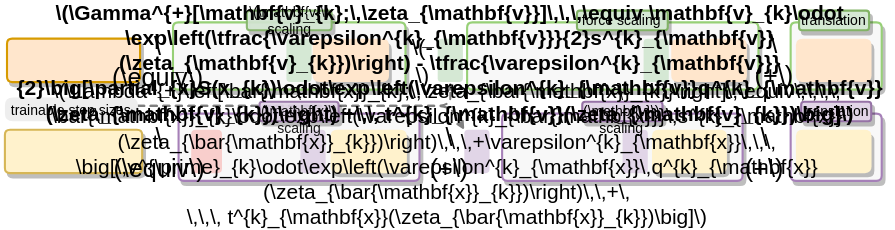
Above: docs/assets/drawio/network_functions-Page-1.drawio.svg in saforem2/l2hmc-dwq25 (draw.io), before the change. Source tidied: cells renumbered, new cells last; positions are measured from the earlier drawing's top-left corner, leaving out a move shared by most shapes. Source of this version:
```xml
<mxGraphModel math="1">
  <root>
    <mxCell id="0" />
    <mxCell id="1" parent="0" />
    <mxCell id="2" value="&lt;p style=&quot;line-height: 0% ; font-size: 14px&quot;&gt;&lt;br&gt;&lt;/p&gt;" style="rounded=1;whiteSpace=wrap;html=1;shadow=1;glass=0;labelBackgroundColor=none;comic=1;sketch=1;fontSize=14;strokeWidth=1.5;align=center;fontColor=#666666;jiggle=0;verticalAlign=top;arcSize=8;spacing=0;fontFamily=Arial;fillColor=#F8F8F8;sketchStyle=comic;fontStyle=0;disableMultiStroke=1;disableMultiStrokeFill=1;spacingTop=-5;strokeColor=#97D077;" parent="1" vertex="1">
      <mxGeometry x="563" y="8.4" width="65" height="48" as="geometry" />
    </mxCell>
    <mxCell id="3" style="rounded=1;whiteSpace=wrap;html=1;shadow=1;glass=0;labelBackgroundColor=none;comic=1;sketch=1;fontSize=14;strokeWidth=1.5;align=center;fontColor=#666666;jiggle=0;verticalAlign=top;arcSize=8;spacing=0;fontFamily=Arial;fillColor=#F8F8F8;sketchStyle=comic;fontStyle=0;disableMultiStroke=1;disableMultiStrokeFill=1;spacingTop=1;strokeColor=#97D077;" parent="1" vertex="1">
      <mxGeometry x="122" y="8.4" width="166" height="48" as="geometry" />
    </mxCell>
    <mxCell id="4" style="rounded=1;whiteSpace=wrap;html=1;shadow=1;glass=0;labelBackgroundColor=none;comic=1;sketch=1;fontSize=14;strokeWidth=1.5;align=center;fontColor=#666666;jiggle=0;verticalAlign=top;arcSize=8;spacing=0;fontFamily=Arial;fillColor=#F8F8F8;sketchStyle=comic;fontStyle=0;disableMultiStroke=1;disableMultiStrokeFill=1;spacingTop=1;strokeColor=#97D077;" parent="1" vertex="1">
      <mxGeometry x="332" y="8.4" width="208" height="48" as="geometry" />
    </mxCell>
    <mxCell id="5" style="rounded=1;whiteSpace=wrap;html=1;shadow=1;glass=0;labelBackgroundColor=none;comic=1;sketch=1;fontSize=14;strokeWidth=1.5;align=center;fontColor=#666666;jiggle=0;verticalAlign=bottom;strokeColor=#A680B8;arcSize=8;spacing=0;fontFamily=Arial;fillColor=#F8F8F8;sketchStyle=comic;fontStyle=0;disableMultiStroke=1;disableMultiStrokeFill=1;spacingTop=0;spacingBottom=5;" parent="1" vertex="1">
      <mxGeometry x="357" y="73.5" width="171.7" height="48" as="geometry" />
    </mxCell>
    <mxCell id="6" value="&lt;p style=&quot;line-height: 0% ; font-size: 14px&quot;&gt;&lt;br&gt;&lt;/p&gt;" style="rounded=1;whiteSpace=wrap;html=1;shadow=1;glass=0;labelBackgroundColor=none;comic=1;sketch=1;fontSize=14;strokeWidth=1.5;align=center;fontColor=#666666;jiggle=0;verticalAlign=bottom;strokeColor=#A680B8;arcSize=8;spacing=0;fontFamily=Arial;fillColor=#F8F8F8;sketchStyle=comic;fontStyle=0;disableMultiStroke=1;disableMultiStrokeFill=1;spacingTop=0;spacingBottom=-2;direction=south;" parent="1" vertex="1">
      <mxGeometry x="563" y="73.5" width="65" height="48" as="geometry" />
    </mxCell>
    <mxCell id="7" style="rounded=1;whiteSpace=wrap;html=1;shadow=1;glass=0;labelBackgroundColor=none;comic=1;sketch=1;fontSize=14;strokeWidth=1.5;align=center;fontColor=#666666;jiggle=0;verticalAlign=bottom;arcSize=8;spacing=0;fontFamily=Arial;fillColor=#F8F8F8;sketchStyle=comic;fontStyle=0;disableMultiStroke=1;disableMultiStrokeFill=1;spacingTop=0;spacingBottom=5;strokeColor=#A680B8;" parent="1" vertex="1">
      <mxGeometry x="126" y="73.5" width="172" height="48" as="geometry" />
    </mxCell>
    <mxCell id="8" style="edgeStyle=none;comic=1;sketch=1;jiggle=0;jumpStyle=none;jumpSize=0;html=1;shadow=0;sketchStyle=comic;fontFamily=Arial;fontSize=11;fontColor=#808080;endFill=1;startSize=3;endSize=3;strokeColor=#808080;strokeWidth=1.5;fillColor=#f8cecc;dashed=1;" parent="1" edge="1" target="22">
      <mxGeometry relative="1" as="geometry">
        <mxPoint x="97" y="68" as="sourcePoint" />
        <Array as="points">
          <mxPoint x="320" y="68" />
        </Array>
      </mxGeometry>
    </mxCell>
    <mxCell id="9" value="translation" style="rounded=1;whiteSpace=wrap;shadow=1;comic=1;fontFamily=Arial;fontSize=10;strokeWidth=1.5;fillColor=#d5e8d4;strokeColor=#82b366;fontColor=#000000;fontStyle=0;spacing=2;spacingBottom=0;align=center;jiggle=0;sketchStyle=comic;verticalAlign=middle;html=1;horizontal=1;" parent="1" vertex="1">
      <mxGeometry x="569" width="50" height="14" as="geometry" />
    </mxCell>
    <mxCell id="10" value="force scaling" style="rounded=1;whiteSpace=wrap;shadow=1;comic=1;fontFamily=Arial;fontSize=10;strokeWidth=1.5;fillColor=#d5e8d4;strokeColor=#82b366;fontColor=#000000;fontStyle=0;spacing=2;spacingBottom=0;align=center;jiggle=0;sketchStyle=comic;verticalAlign=middle;html=1;horizontal=1;" parent="1" vertex="1">
      <mxGeometry x="410.4" width="64.8" height="14" as="geometry" />
    </mxCell>
    <mxCell id="11" value="\(\mathbf{v}\) scaling" style="rounded=1;whiteSpace=wrap;shadow=1;comic=1;fontFamily=Arial;fontSize=10;strokeWidth=1.5;fillColor=#d5e8d4;strokeColor=#82b366;fontColor=#000000;fontStyle=0;spacing=2;spacingBottom=0;align=center;jiggle=0;sketchStyle=comic;verticalAlign=middle;html=1;horizontal=1;opacity=90;" parent="1" vertex="1">
      <mxGeometry x="174.8" width="60.5" height="14" as="geometry" />
    </mxCell>
    <mxCell id="12" style="rounded=1;whiteSpace=wrap;html=1;shadow=1;comic=1;fontFamily=Arial;fontSize=16;strokeWidth=1;fillColor=#fff2cc;strokeColor=none;fontColor=#1c1c1c;sketch=1;sketchStyle=comic;jiggle=0;disableMultiStroke=1;disableMultiStrokeFill=1;" parent="1" vertex="1">
      <mxGeometry x="566.7" y="85" width="54" height="31" as="geometry" />
    </mxCell>
    <mxCell id="13" style="rounded=1;whiteSpace=wrap;html=1;shadow=1;comic=1;fontFamily=Arial;fontSize=16;strokeWidth=1;fillColor=#fff2cc;strokeColor=none;fontColor=#1c1c1c;sketch=1;sketchStyle=comic;jiggle=0;disableMultiStroke=1;disableMultiStrokeFill=1;" parent="1" vertex="1">
      <mxGeometry x="464" y="85" width="53.5" height="31" as="geometry" />
    </mxCell>
    <mxCell id="14" style="rounded=1;whiteSpace=wrap;html=1;shadow=0;comic=1;fontFamily=Arial;fontSize=16;strokeWidth=1;fillColor=#e1d5e7;sketch=1;sketchStyle=comic;jiggle=0;disableMultiStroke=1;disableMultiStrokeFill=1;fontColor=#000000;strokeColor=none;fillStyle=hachure;" parent="1" vertex="1">
      <mxGeometry x="443" y="85" width="18" height="31" as="geometry" />
    </mxCell>
    <mxCell id="15" style="rounded=1;whiteSpace=wrap;html=1;shadow=0;comic=1;fontFamily=Arial;fontSize=16;strokeWidth=1;fillColor=#e1d5e7;sketch=1;sketchStyle=comic;jiggle=0;disableMultiStroke=1;disableMultiStrokeFill=1;fontColor=#000000;strokeColor=none;fillStyle=hachure;" parent="1" vertex="1">
      <mxGeometry x="330" y="85" width="18" height="31" as="geometry" />
    </mxCell>
    <mxCell id="16" style="html=1;rounded=1;shadow=1;glass=0;labelBackgroundColor=none;comic=1;sketch=1;fontSize=14;strokeColor=#d6b656;strokeWidth=1.5;fillColor=#fff2cc;align=center;jiggle=0;verticalAlign=middle;horizontal=1;arcSize=12;absoluteArcSize=0;spacingBottom=0;spacing=0;labelPadding=4;fontFamily=Arial;sketchStyle=comic;fontColor=#1c1c1c;fontStyle=0;whiteSpace=wrap;spacingTop=0;" parent="1" vertex="1">
      <mxGeometry x="2" y="85" width="98" height="31" as="geometry" />
    </mxCell>
    <mxCell id="17" style="rounded=1;whiteSpace=wrap;html=1;shadow=1;comic=1;fontFamily=Arial;fontSize=16;strokeWidth=1;sketch=1;sketchStyle=comic;jiggle=0;disableMultiStroke=1;disableMultiStrokeFill=1;strokeColor=none;fontColor=#1c1c1c;fillColor=#fff2cc;" parent="1" vertex="1">
      <mxGeometry x="234.5" y="85" width="54.5" height="31" as="geometry" />
    </mxCell>
    <mxCell id="18" style="whiteSpace=wrap;html=1;rounded=1;shadow=0;comic=1;sketch=1;sketchStyle=comic;fontFamily=Arial;fontSize=16;strokeColor=none;strokeWidth=1;fillColor=#f8cecc;verticalAlign=middle;spacing=0;jiggle=0;disableMultiStroke=1;disableMultiStrokeFill=1;fontStyle=1;" parent="1" vertex="1">
      <mxGeometry x="135" y="85" width="22" height="31" as="geometry" />
    </mxCell>
    <mxCell id="19" style="rounded=1;whiteSpace=wrap;html=1;shadow=0;comic=1;fontFamily=Arial;fontSize=16;strokeWidth=1;fillColor=#e1d5e7;sketch=1;sketchStyle=comic;jiggle=0;disableMultiStroke=1;disableMultiStrokeFill=1;fontColor=#000000;strokeColor=none;fillStyle=hachure;" parent="1" vertex="1">
      <mxGeometry x="213" y="85" width="18" height="31" as="geometry" />
    </mxCell>
    <mxCell id="20" style="edgeStyle=none;comic=1;sketch=1;jiggle=0;jumpStyle=none;jumpSize=0;html=1;shadow=0;sketchStyle=comic;fontFamily=Arial;fontSize=14;fontColor=#808080;endFill=1;startSize=3;endSize=3;strokeColor=#808080;strokeWidth=1.5;fillColor=#f8cecc;dashed=1;" parent="1" edge="1" target="15">
      <mxGeometry relative="1" as="geometry">
        <mxPoint x="97" y="68" as="sourcePoint" />
        <Array as="points">
          <mxPoint x="320" y="68" />
        </Array>
      </mxGeometry>
    </mxCell>
    <mxCell id="21" style="rounded=1;html=1;shadow=1;comic=1;sketch=0;jiggle=0;fontFamily=Arial;fontSize=14;strokeWidth=1.5;align=center;verticalAlign=middle;fillColor=#ffe6cc;strokeColor=#d79b00;fontColor=#000000;spacingBottom=0;spacingTop=0;arcSize=12;" parent="1" vertex="1">
      <mxGeometry x="3.5" y="20" width="95" height="31" as="geometry" />
    </mxCell>
    <mxCell id="22" style="rounded=1;whiteSpace=wrap;html=1;shadow=0;comic=1;fontFamily=Arial;fontSize=16;strokeWidth=1;fillColor=#d5e8d4;sketch=1;sketchStyle=comic;jiggle=0;disableMultiStroke=1;disableMultiStrokeFill=1;fontColor=#000000;strokeColor=none;fillStyle=hachure;" parent="1" vertex="1">
      <mxGeometry x="311" y="20" width="18" height="31" as="geometry" />
    </mxCell>
    <mxCell id="23" style="rounded=1;whiteSpace=wrap;html=1;shadow=1;comic=1;fontFamily=Arial;fontSize=16;strokeWidth=1;fillColor=#ffe6cc;strokeColor=none;fontColor=#000000;sketch=1;sketchStyle=comic;jiggle=0;disableMultiStroke=1;disableMultiStrokeFill=1;" parent="1" vertex="1">
      <mxGeometry x="566.8" y="20" width="54" height="31" as="geometry" />
    </mxCell>
    <mxCell id="24" style="rounded=1;whiteSpace=wrap;html=1;shadow=1;comic=1;fontFamily=Arial;fontSize=16;strokeWidth=1;fillColor=#ffe6cc;strokeColor=none;fontColor=#000000;sketch=1;sketchStyle=comic;jiggle=0;disableMultiStroke=1;disableMultiStrokeFill=1;" parent="1" vertex="1">
      <mxGeometry x="221.8" y="20" width="54.5" height="31" as="geometry" />
    </mxCell>
    <mxCell id="25" style="rounded=1;whiteSpace=wrap;html=1;shadow=0;comic=1;fontFamily=Arial;fontSize=16;strokeWidth=1;fillColor=#d5e8d4;sketch=1;sketchStyle=comic;jiggle=0;disableMultiStroke=1;disableMultiStrokeFill=1;fontColor=#000000;strokeColor=none;fillStyle=hachure;" parent="1" vertex="1">
      <mxGeometry x="203" y="20" width="18" height="31" as="geometry" />
    </mxCell>
    <mxCell id="26" style="rounded=1;whiteSpace=wrap;html=1;shadow=1;comic=1;fontFamily=Arial;fontSize=16;strokeWidth=1;fillColor=#ffe6cc;strokeColor=none;fontColor=#000000;sketch=1;sketchStyle=comic;jiggle=0;disableMultiStroke=1;disableMultiStrokeFill=1;" parent="1" vertex="1">
      <mxGeometry x="477.8" y="20" width="54" height="31" as="geometry" />
    </mxCell>
    <mxCell id="27" style="rounded=1;whiteSpace=wrap;html=1;shadow=0;comic=1;fontFamily=Arial;fontSize=16;strokeWidth=1;fillColor=#d5e8d4;strokeColor=none;sketch=1;sketchStyle=comic;jiggle=0;disableMultiStroke=1;disableMultiStrokeFill=1;fontColor=#000000;fillStyle=hachure;" parent="1" vertex="1">
      <mxGeometry x="458" y="20" width="18" height="31" as="geometry" />
    </mxCell>
    <mxCell id="28" value="\(\mathbf{x}\) scaling" style="rounded=1;whiteSpace=wrap;shadow=1;comic=1;fontFamily=Arial;fontSize=10;strokeWidth=1.5;fillColor=#e1d5e7;strokeColor=#9673a6;fontColor=#000000;fontStyle=0;spacing=2;spacingBottom=0;align=center;jiggle=0;sketchStyle=comic;verticalAlign=middle;html=1;horizontal=1;textOpacity=90;opacity=90;" parent="1" vertex="1">
      <mxGeometry x="183.8" y="65" width="56.5" height="14" as="geometry" />
    </mxCell>
    <mxCell id="29" value="trainable step sizes" style="rounded=1;html=1;shadow=0;comic=1;sketch=0;jiggle=0;sketchStyle=comic;fontFamily=Arial;fontSize=10;strokeWidth=2;align=center;verticalAlign=middle;fillColor=#eeeeee;strokeColor=none;fontStyle=0;fontColor=#000000;spacing=2;spacingBottom=0;arcSize=34;whiteSpace=wrap;horizontal=1;" parent="1" vertex="1">
      <mxGeometry x="2" y="62" width="95" height="17" as="geometry" />
    </mxCell>
    <mxCell id="30" value="translation" style="rounded=1;whiteSpace=wrap;shadow=1;comic=1;fontFamily=Arial;fontSize=10;strokeWidth=1.5;fillColor=#e1d5e7;strokeColor=#9673a6;fontColor=#000000;fontStyle=0;spacing=2;spacingBottom=0;align=center;jiggle=0;sketchStyle=comic;verticalAlign=middle;html=1;horizontal=1;" parent="1" vertex="1">
      <mxGeometry x="570.5" y="65" width="50" height="14" as="geometry" />
    </mxCell>
    <mxCell id="31" value="\(\mathbf{v}\) scaling" style="rounded=1;whiteSpace=wrap;shadow=1;comic=1;fontFamily=Arial;fontSize=10;strokeWidth=1.5;fillColor=#e1d5e7;strokeColor=#9673a6;fontColor=#000000;fontStyle=0;spacing=2;spacingBottom=0;align=center;jiggle=0;sketchStyle=comic;verticalAlign=middle;html=1;horizontal=1;" parent="1" vertex="1">
      <mxGeometry x="414.2" y="65" width="57.3" height="14" as="geometry" />
    </mxCell>
    <mxCell id="32" value="&lt;span style=&quot;font-size: 15px;&quot;&gt;\(\Gamma^{+}[\mathbf{v}_{k};\,\zeta_{\mathbf{v}}]\,\,\,\equiv \mathbf{v}_{k}\odot \exp\left(\tfrac{\varepsilon^{k}_{\mathbf{v}}}{2}s^{k}_{\mathbf{v}}(\zeta_{\mathbf{v}_{k}})\right) - \tfrac{\varepsilon^{k}_{\mathbf{v}}}{2}\big[\partial_{x}S(x_{k})\odot\exp\left(\varepsilon^{k}_{\mathbf{v}}q^{k}_{\mathbf{v}}(\zeta_{\mathbf{v}_{k}})\right) +\,\, t^{k}_{\mathbf{v}}(\zeta_{\mathbf{v}_{k}})\big]\)&lt;/span&gt;" style="rounded=1;whiteSpace=wrap;html=1;shadow=0;comic=1;fontFamily=Arial;fontSize=15;strokeWidth=2;fillColor=none;strokeColor=none;fontStyle=1;sketch=1;sketchStyle=comic;jiggle=0;disableMultiStroke=1;disableMultiStrokeFill=1;spacing=0;fontColor=#000000;" parent="1" vertex="1">
      <mxGeometry x="3" y="20.9" width="634" height="33" as="geometry" />
    </mxCell>
    <mxCell id="33" value="\(\Lambda^{+}\left[\bar{\mathbf{x}}_{k};\,\zeta_{\bar{\mathbf{x}}_{k}}\right]\,\equiv\,\,\,\, \bar{\mathbf{x}}_{k}\odot\exp\left(\varepsilon^{k}_{\bar{\mathbf{x}}}\,s^{k}_{\mathbf{x}}(\zeta_{\bar{\mathbf{x}}_{k}})\right)\,\,\,+\varepsilon^{k}_{\mathbf{x}}\,\,\,&lt;br style=&quot;font-size: 15px;&quot;&gt;\big[\,v^{\prime}_{k}\odot\exp\left(\varepsilon^{k}_{\mathbf{x}}\,q^{k}_{\mathbf{x}}(\zeta_{\bar{\mathbf{x}}_{k}})\right)\,\,+\,&lt;br style=&quot;font-size: 15px;&quot;&gt;\,\,\, t^{k}_{\mathbf{x}}(\zeta_{\bar{\mathbf{x}}_{k}})\big]\)" style="rounded=1;whiteSpace=wrap;html=1;shadow=0;comic=1;fontFamily=Arial;fontSize=15;strokeWidth=2;fillColor=none;strokeColor=none;fontStyle=0;sketch=1;sketchStyle=comic;jiggle=0;disableMultiStroke=1;disableMultiStrokeFill=1;spacing=0;fontColor=#000000;" parent="1" vertex="1">
      <mxGeometry y="84.2" width="636" height="35.5" as="geometry" />
    </mxCell>
    <mxCell id="34" value="\(+\)" style="rounded=0;whiteSpace=wrap;html=1;shadow=0;comic=1;fontFamily=Arial;fontSize=18;strokeWidth=2;fillColor=none;strokeColor=none;fontStyle=0;" parent="1" vertex="1">
      <mxGeometry x="310" y="93.5" width="18.8" height="17.5" as="geometry" />
    </mxCell>
    <mxCell id="35" value="\(-\)" style="rounded=0;whiteSpace=wrap;html=1;shadow=0;comic=1;fontFamily=Arial;fontSize=16;strokeWidth=2;fillColor=none;strokeColor=none;fontStyle=0;" parent="1" vertex="1">
      <mxGeometry x="291.2" y="26.8" width="18.8" height="17.5" as="geometry" />
    </mxCell>
    <mxCell id="36" value="\(+\)" style="rounded=0;whiteSpace=wrap;html=1;shadow=0;comic=1;fontFamily=Arial;fontSize=18;strokeWidth=2;fillColor=none;strokeColor=none;fontStyle=0;" parent="1" vertex="1">
      <mxGeometry x="535" y="93.5" width="18.8" height="17.5" as="geometry" />
    </mxCell>
    <mxCell id="37" value="\(+\)" style="rounded=0;whiteSpace=wrap;html=1;shadow=0;comic=1;fontFamily=Arial;fontSize=18;strokeWidth=2;fillColor=none;strokeColor=none;fontStyle=0;" parent="1" vertex="1">
      <mxGeometry x="542" y="27.5" width="18.8" height="17.5" as="geometry" />
    </mxCell>
    <mxCell id="38" value="\(\equiv\)" style="rounded=0;whiteSpace=wrap;html=1;shadow=0;comic=1;fontFamily=Arial;fontSize=18;strokeWidth=2;fillColor=none;strokeColor=none;fontStyle=0;" parent="1" vertex="1">
      <mxGeometry x="102" y="28.5" width="18.8" height="17.5" as="geometry" />
    </mxCell>
    <mxCell id="39" value="\(\equiv\)" style="rounded=0;whiteSpace=wrap;html=1;shadow=0;comic=1;fontFamily=Arial;fontSize=18;strokeWidth=2;fillColor=none;strokeColor=none;fontStyle=0;" parent="1" vertex="1">
      <mxGeometry x="103" y="93.5" width="18.8" height="17.5" as="geometry" />
    </mxCell>
  </root>
</mxGraphModel>
```
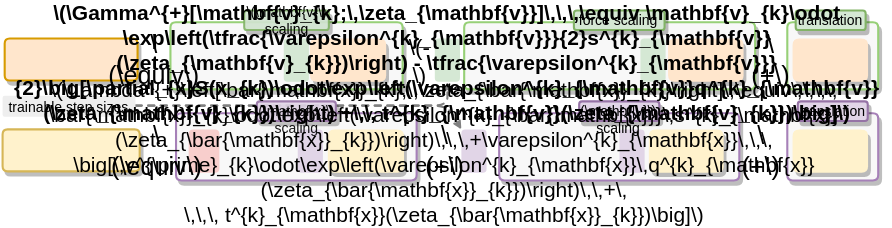
After the change.

The edit, as a diff of the source:
```diff
@@ -50,7 +50,7 @@
       <mxGeometry x="330" y="85" width="18" height="31" as="geometry" />
     </mxCell>
     <mxCell id="16" style="html=1;rounded=1;shadow=1;glass=0;labelBackgroundColor=none;comic=1;sketch=1;fontSize=14;strokeColor=#d6b656;strokeWidth=1.5;fillColor=#fff2cc;align=center;jiggle=0;verticalAlign=middle;horizontal=1;arcSize=12;absoluteArcSize=0;spacingBottom=0;spacing=0;labelPadding=4;fontFamily=Arial;sketchStyle=comic;fontColor=#1c1c1c;fontStyle=0;whiteSpace=wrap;spacingTop=0;" parent="1" vertex="1">
-      <mxGeometry x="2" y="85" width="98" height="31" as="geometry" />
+      <mxGeometry x="2" y="85" width="98" height="30" as="geometry" />
     </mxCell>
     <mxCell id="17" style="rounded=1;whiteSpace=wrap;html=1;shadow=1;comic=1;fontFamily=Arial;fontSize=16;strokeWidth=1;sketch=1;sketchStyle=comic;jiggle=0;disableMultiStroke=1;disableMultiStrokeFill=1;strokeColor=none;fontColor=#1c1c1c;fillColor=#fff2cc;" parent="1" vertex="1">
       <mxGeometry x="234.5" y="85" width="54.5" height="31" as="geometry" />
@@ -70,7 +70,7 @@
       </mxGeometry>
     </mxCell>
     <mxCell id="21" style="rounded=1;html=1;shadow=1;comic=1;sketch=0;jiggle=0;fontFamily=Arial;fontSize=14;strokeWidth=1.5;align=center;verticalAlign=middle;fillColor=#ffe6cc;strokeColor=#d79b00;fontColor=#000000;spacingBottom=0;spacingTop=0;arcSize=12;" parent="1" vertex="1">
-      <mxGeometry x="3.5" y="20" width="95" height="31" as="geometry" />
+      <mxGeometry x="3.5" y="20" width="95" height="30" as="geometry" />
     </mxCell>
     <mxCell id="22" style="rounded=1;whiteSpace=wrap;html=1;shadow=0;comic=1;fontFamily=Arial;fontSize=16;strokeWidth=1;fillColor=#d5e8d4;sketch=1;sketchStyle=comic;jiggle=0;disableMultiStroke=1;disableMultiStrokeFill=1;fontColor=#000000;strokeColor=none;fillStyle=hachure;" parent="1" vertex="1">
       <mxGeometry x="311" y="20" width="18" height="31" as="geometry" />
@@ -93,8 +93,8 @@
     <mxCell id="28" value="\(\mathbf{x}\) scaling" style="rounded=1;whiteSpace=wrap;shadow=1;comic=1;fontFamily=Arial;fontSize=10;strokeWidth=1.5;fillColor=#e1d5e7;strokeColor=#9673a6;fontColor=#000000;fontStyle=0;spacing=2;spacingBottom=0;align=center;jiggle=0;sketchStyle=comic;verticalAlign=middle;html=1;horizontal=1;textOpacity=90;opacity=90;" parent="1" vertex="1">
       <mxGeometry x="183.8" y="65" width="56.5" height="14" as="geometry" />
     </mxCell>
-    <mxCell id="29" value="trainable step sizes" style="rounded=1;html=1;shadow=0;comic=1;sketch=0;jiggle=0;sketchStyle=comic;fontFamily=Arial;fontSize=10;strokeWidth=2;align=center;verticalAlign=middle;fillColor=#eeeeee;strokeColor=none;fontStyle=0;fontColor=#000000;spacing=2;spacingBottom=0;arcSize=34;whiteSpace=wrap;horizontal=1;" parent="1" vertex="1">
-      <mxGeometry x="2" y="62" width="95" height="17" as="geometry" />
+    <mxCell id="29" value="trainable step sizes" style="rounded=1;html=1;shadow=0;comic=1;sketch=0;jiggle=0;sketchStyle=comic;fontFamily=Arial;fontSize=10;strokeWidth=2;align=center;verticalAlign=middle;fillColor=#eeeeee;strokeColor=none;fontStyle=0;fontColor=#000000;spacing=2;spacingBottom=0;arcSize=10;whiteSpace=wrap;horizontal=1;" parent="1" vertex="1">
+      <mxGeometry x="2" y="61" width="95" height="15" as="geometry" />
     </mxCell>
     <mxCell id="30" value="translation" style="rounded=1;whiteSpace=wrap;shadow=1;comic=1;fontFamily=Arial;fontSize=10;strokeWidth=1.5;fillColor=#e1d5e7;strokeColor=#9673a6;fontColor=#000000;fontStyle=0;spacing=2;spacingBottom=0;align=center;jiggle=0;sketchStyle=comic;verticalAlign=middle;html=1;horizontal=1;" parent="1" vertex="1">
       <mxGeometry x="570.5" y="65" width="50" height="14" as="geometry" />
@@ -106,25 +106,25 @@
       <mxGeometry x="3" y="20.9" width="634" height="33" as="geometry" />
     </mxCell>
     <mxCell id="33" value="\(\Lambda^{+}\left[\bar{\mathbf{x}}_{k};\,\zeta_{\bar{\mathbf{x}}_{k}}\right]\,\equiv\,\,\,\, \bar{\mathbf{x}}_{k}\odot\exp\left(\varepsilon^{k}_{\bar{\mathbf{x}}}\,s^{k}_{\mathbf{x}}(\zeta_{\bar{\mathbf{x}}_{k}})\right)\,\,\,+\varepsilon^{k}_{\mathbf{x}}\,\,\,&lt;br style=&quot;font-size: 15px;&quot;&gt;\big[\,v^{\prime}_{k}\odot\exp\left(\varepsilon^{k}_{\mathbf{x}}\,q^{k}_{\mathbf{x}}(\zeta_{\bar{\mathbf{x}}_{k}})\right)\,\,+\,&lt;br style=&quot;font-size: 15px;&quot;&gt;\,\,\, t^{k}_{\mathbf{x}}(\zeta_{\bar{\mathbf{x}}_{k}})\big]\)" style="rounded=1;whiteSpace=wrap;html=1;shadow=0;comic=1;fontFamily=Arial;fontSize=15;strokeWidth=2;fillColor=none;strokeColor=none;fontStyle=0;sketch=1;sketchStyle=comic;jiggle=0;disableMultiStroke=1;disableMultiStrokeFill=1;spacing=0;fontColor=#000000;" parent="1" vertex="1">
-      <mxGeometry y="84.2" width="636" height="35.5" as="geometry" />
+      <mxGeometry x="3" y="83.2" width="630" height="35.5" as="geometry" />
     </mxCell>
     <mxCell id="34" value="\(+\)" style="rounded=0;whiteSpace=wrap;html=1;shadow=0;comic=1;fontFamily=Arial;fontSize=18;strokeWidth=2;fillColor=none;strokeColor=none;fontStyle=0;" parent="1" vertex="1">
-      <mxGeometry x="310" y="93.5" width="18.8" height="17.5" as="geometry" />
+      <mxGeometry x="308.6" y="92.5" width="18.8" height="17.5" as="geometry" />
     </mxCell>
     <mxCell id="35" value="\(-\)" style="rounded=0;whiteSpace=wrap;html=1;shadow=0;comic=1;fontFamily=Arial;fontSize=16;strokeWidth=2;fillColor=none;strokeColor=none;fontStyle=0;" parent="1" vertex="1">
       <mxGeometry x="291.2" y="26.8" width="18.8" height="17.5" as="geometry" />
     </mxCell>
     <mxCell id="36" value="\(+\)" style="rounded=0;whiteSpace=wrap;html=1;shadow=0;comic=1;fontFamily=Arial;fontSize=18;strokeWidth=2;fillColor=none;strokeColor=none;fontStyle=0;" parent="1" vertex="1">
-      <mxGeometry x="535" y="93.5" width="18.8" height="17.5" as="geometry" />
+      <mxGeometry x="535" y="92.5" width="18.8" height="17.5" as="geometry" />
     </mxCell>
     <mxCell id="37" value="\(+\)" style="rounded=0;whiteSpace=wrap;html=1;shadow=0;comic=1;fontFamily=Arial;fontSize=18;strokeWidth=2;fillColor=none;strokeColor=none;fontStyle=0;" parent="1" vertex="1">
       <mxGeometry x="542" y="27.5" width="18.8" height="17.5" as="geometry" />
     </mxCell>
     <mxCell id="38" value="\(\equiv\)" style="rounded=0;whiteSpace=wrap;html=1;shadow=0;comic=1;fontFamily=Arial;fontSize=18;strokeWidth=2;fillColor=none;strokeColor=none;fontStyle=0;" parent="1" vertex="1">
-      <mxGeometry x="102" y="28.5" width="18.8" height="17.5" as="geometry" />
+      <mxGeometry x="101" y="27.5" width="18.8" height="17.5" as="geometry" />
     </mxCell>
     <mxCell id="39" value="\(\equiv\)" style="rounded=0;whiteSpace=wrap;html=1;shadow=0;comic=1;fontFamily=Arial;fontSize=18;strokeWidth=2;fillColor=none;strokeColor=none;fontStyle=0;" parent="1" vertex="1">
-      <mxGeometry x="103" y="93.5" width="18.8" height="17.5" as="geometry" />
+      <mxGeometry x="103" y="92.5" width="18.8" height="17.5" as="geometry" />
     </mxCell>
   </root>
 </mxGraphModel>
```
